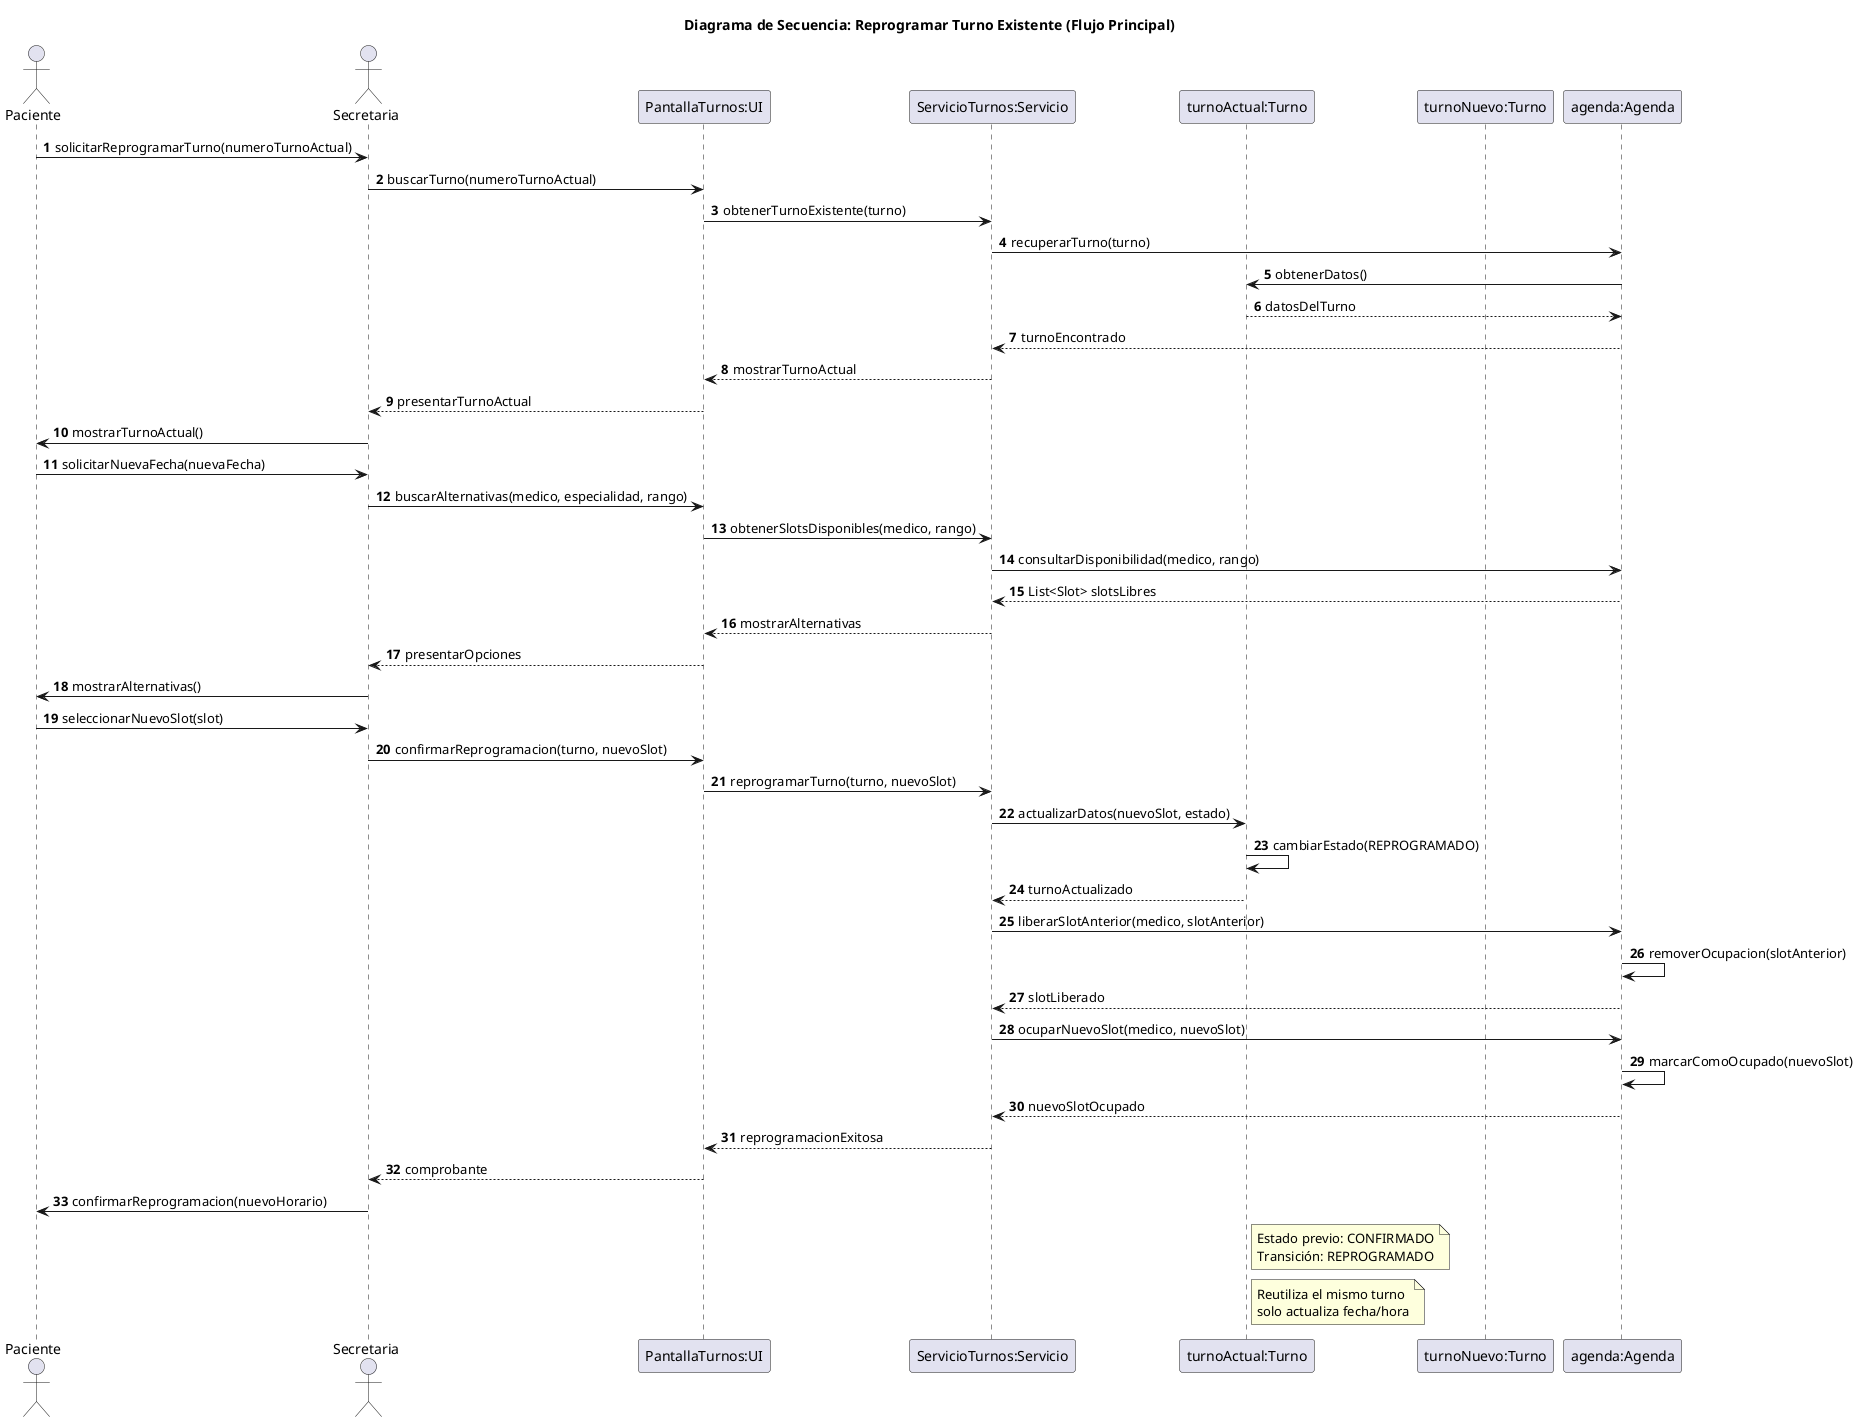
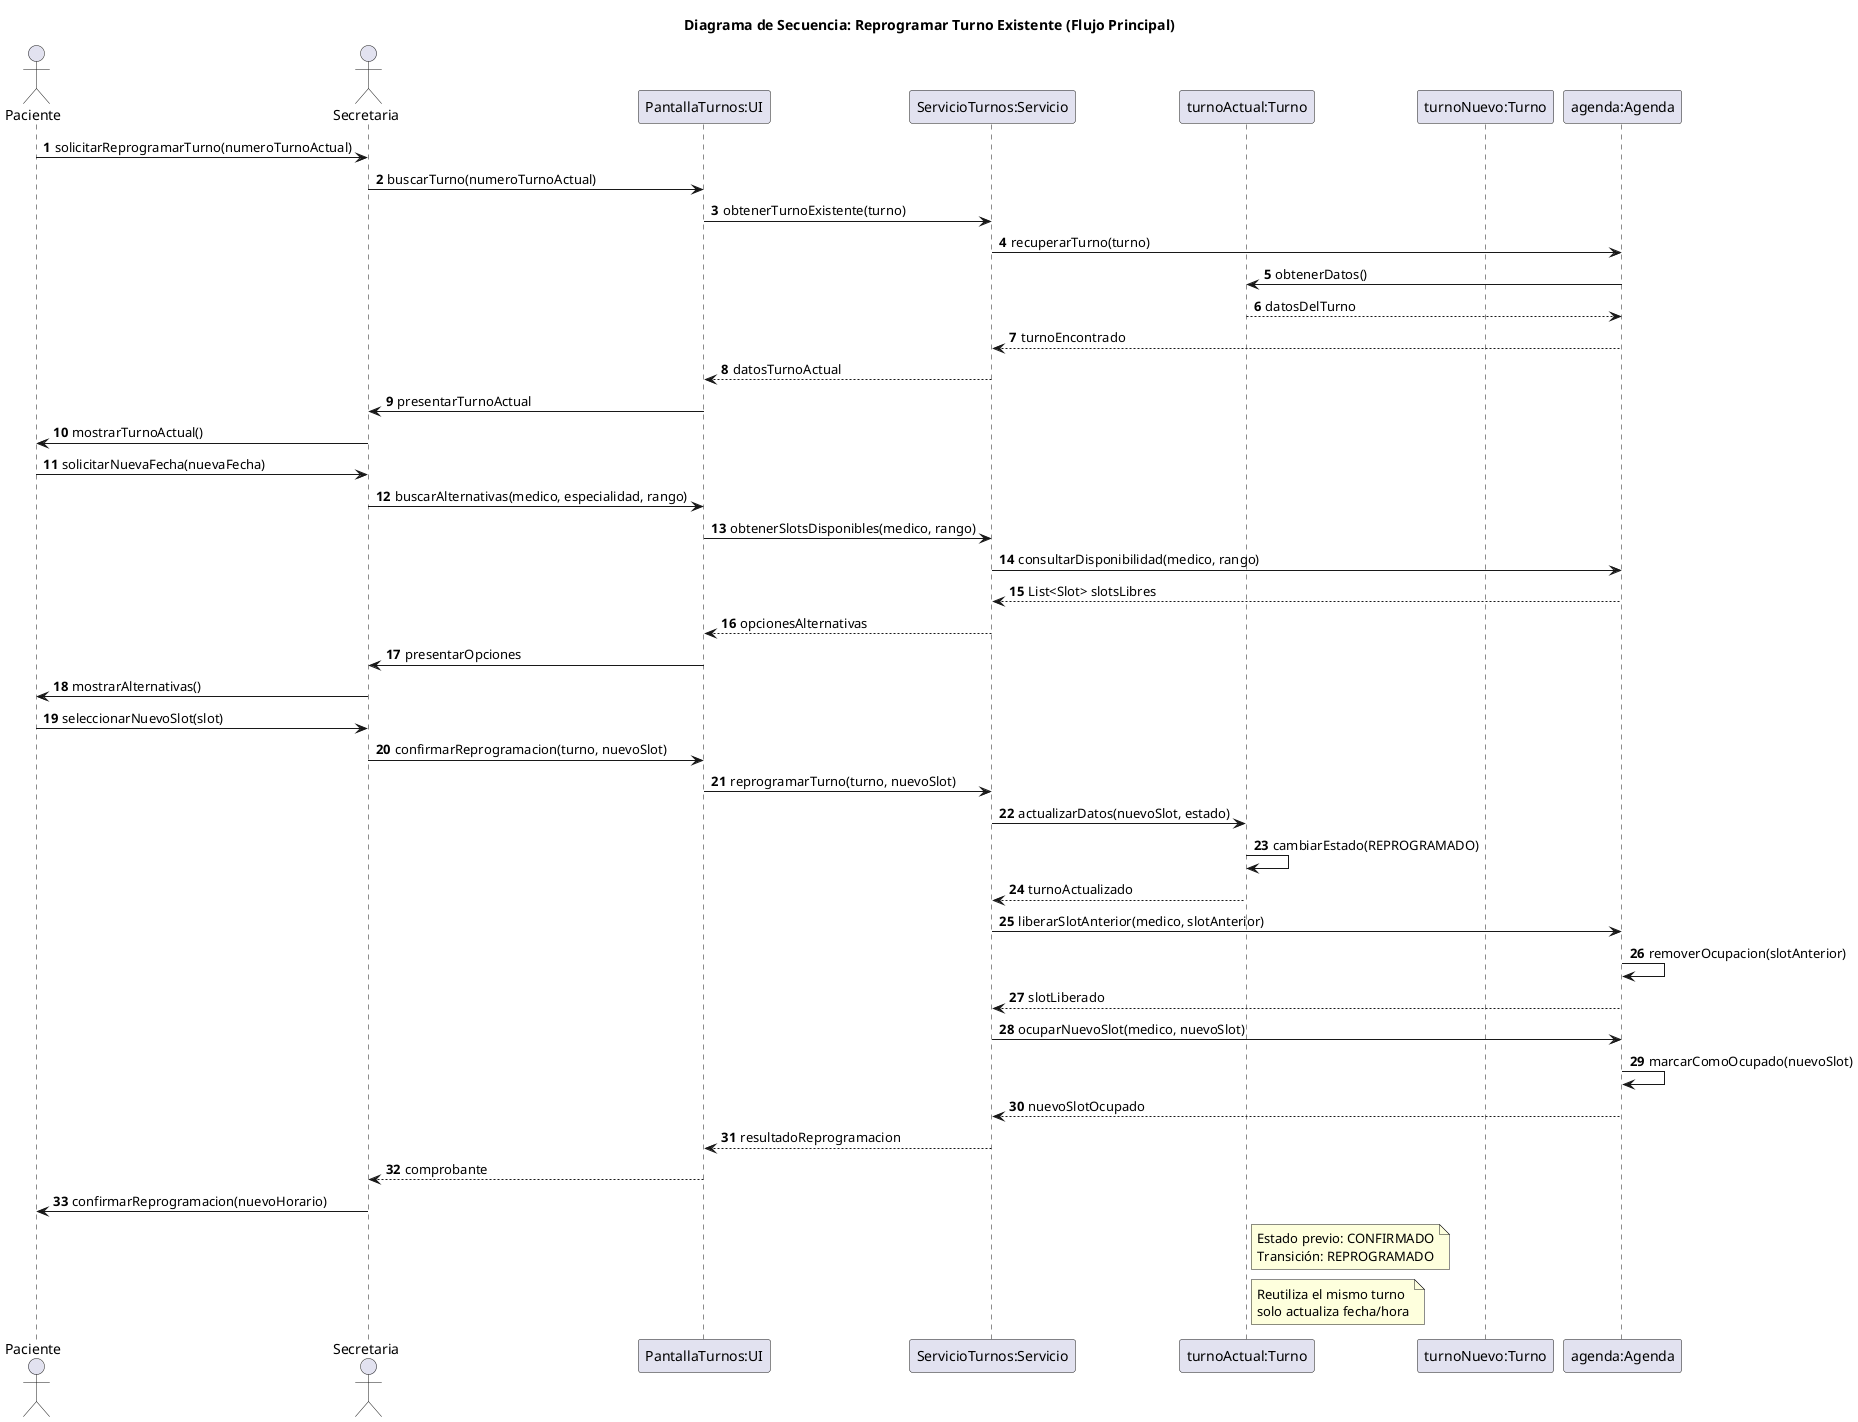
@startuml 05-secuencia-reprogramar-turno-flujo-principal-02
title Diagrama de Secuencia: Reprogramar Turno Existente (Flujo Principal)

actor Paciente
actor Secretaria
participant "PantallaTurnos:UI" as UI
participant "ServicioTurnos:Servicio" as Servicio
participant "turnoActual:Turno" as TurnoAct
participant "turnoNuevo:Turno" as TurnoNuev
participant "agenda:Agenda" as Agenda

autonumber

Paciente -> Secretaria: solicitarReprogramarTurno(numeroTurnoActual)
Secretaria -> UI: buscarTurno(numeroTurnoActual)
UI -> Servicio: obtenerTurnoExistente(turno)
Servicio -> Agenda: recuperarTurno(turno)
Agenda -> TurnoAct: obtenerDatos()
TurnoAct --> Agenda: datosDelTurno
Agenda --> Servicio: turnoEncontrado
- Servicio --> UI: mostrarTurnoActual
- UI --> Secretaria: presentarTurnoActual
+ Servicio --> UI: datosTurnoActual
+ UI -> Secretaria: presentarTurnoActual
Secretaria -> Paciente: mostrarTurnoActual()
Paciente -> Secretaria: solicitarNuevaFecha(nuevaFecha)
Secretaria -> UI: buscarAlternativas(medico, especialidad, rango)
UI -> Servicio: obtenerSlotsDisponibles(medico, rango)
Servicio -> Agenda: consultarDisponibilidad(medico, rango)
Agenda --> Servicio: List<Slot> slotsLibres
- Servicio --> UI: mostrarAlternativas
- UI --> Secretaria: presentarOpciones
+ Servicio --> UI: opcionesAlternativas
+ UI -> Secretaria: presentarOpciones
Secretaria -> Paciente: mostrarAlternativas()
Paciente -> Secretaria: seleccionarNuevoSlot(slot)
Secretaria -> UI: confirmarReprogramacion(turno, nuevoSlot)
UI -> Servicio: reprogramarTurno(turno, nuevoSlot)
Servicio -> TurnoAct: actualizarDatos(nuevoSlot, estado)
TurnoAct -> TurnoAct: cambiarEstado(REPROGRAMADO)
TurnoAct --> Servicio: turnoActualizado
Servicio -> Agenda: liberarSlotAnterior(medico, slotAnterior)
Agenda -> Agenda: removerOcupacion(slotAnterior)
Agenda --> Servicio: slotLiberado
Servicio -> Agenda: ocuparNuevoSlot(medico, nuevoSlot)
Agenda -> Agenda: marcarComoOcupado(nuevoSlot)
Agenda --> Servicio: nuevoSlotOcupado
- Servicio --> UI: reprogramacionExitosa
+ Servicio --> UI: resultadoReprogramacion
UI --> Secretaria: comprobante
Secretaria -> Paciente: confirmarReprogramacion(nuevoHorario)

note right of TurnoAct
  Estado previo: CONFIRMADO
  Transición: REPROGRAMADO
end note

note right of TurnoAct
  Reutiliza el mismo turno
  solo actualiza fecha/hora
end note

@enduml
